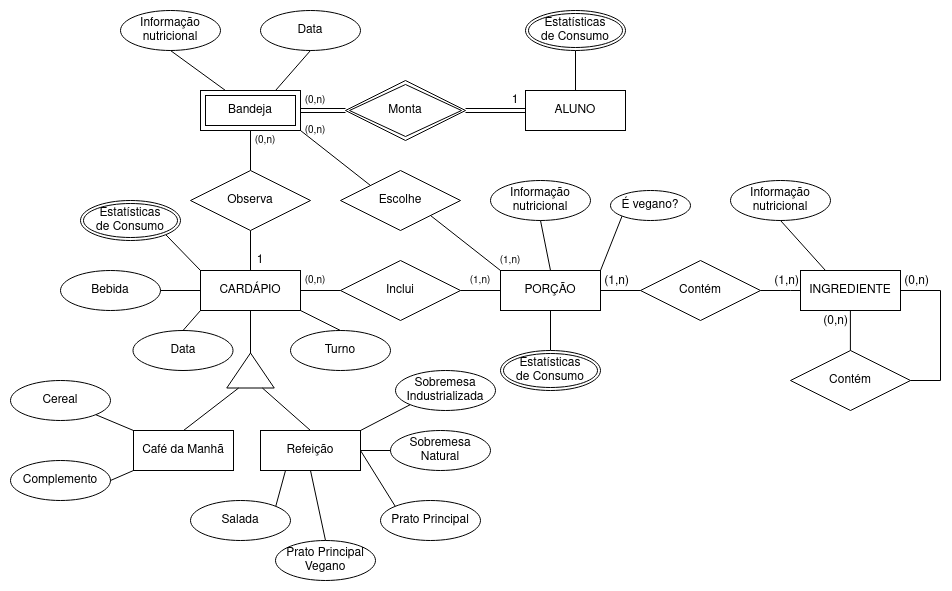
uniaovasko/vasco keeps this draw.io diagram as lab02/images/ER_Restaurante.png. Above is the earlier version. Source tidied: cells renumbered, new cells last; positions are measured from the earlier drawing's top-left corner, leaving out a move shared by most shapes.
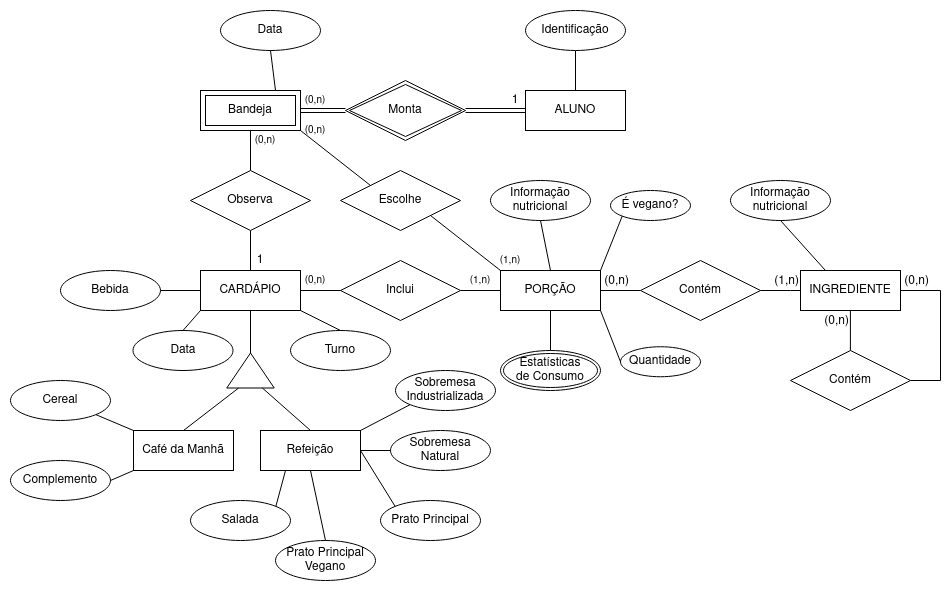
Later version of the same file.

Change to the diagram source:
```diff
@@ -32,7 +32,7 @@
     <mxCell id="9" style="endArrow=none;html=1;rounded=0;exitX=0;exitY=0.5;exitDx=0;exitDy=0;entryX=1;entryY=0.5;entryDx=0;entryDy=0;" parent="1" edge="1" source="6" target="4">
       <mxGeometry relative="1" as="geometry" />
     </mxCell>
-    <mxCell id="10" value="(1,n)" style="html=1;whiteSpace=wrap;align=right;verticalAlign=bottom;" parent="9" vertex="1">
+    <mxCell id="10" value="(0,n)" style="html=1;whiteSpace=wrap;align=right;verticalAlign=bottom;" parent="9" vertex="1">
       <mxGeometry x="1" relative="1" as="geometry">
         <mxPoint x="30" as="offset" />
       </mxGeometry>
@@ -95,9 +95,6 @@
     <mxCell id="24" style="endArrow=none;html=1;rounded=0;exitX=0.5;exitY=0;exitDx=0;exitDy=0;entryX=1;entryY=1;entryDx=0;entryDy=0;" parent="1" edge="1" source="22" target="2">
       <mxGeometry relative="1" as="geometry" />
     </mxCell>
-    <mxCell id="25" style="endArrow=none;html=1;rounded=0;entryX=1;entryY=1;entryDx=0;entryDy=0;exitX=0;exitY=0;exitDx=0;exitDy=0;" parent="1" edge="1" source="2" target="53">
-      <mxGeometry relative="1" as="geometry" />
-    </mxCell>
     <mxCell id="26" value="Informação nutricional" style="ellipse;whiteSpace=wrap;html=1;align=center;" parent="1" vertex="1">
       <mxGeometry x="480" y="170" width="100" height="40" as="geometry" />
     </mxCell>
@@ -120,20 +117,14 @@
         <mxPoint x="490" y="260" as="targetPoint" />
       </mxGeometry>
     </mxCell>
-    <mxCell id="32" style="endArrow=none;html=1;rounded=0;exitX=0.5;exitY=0;exitDx=0;exitDy=0;entryX=0.5;entryY=1;entryDx=0;entryDy=0;" parent="1" edge="1" source="3" target="55">
-      <mxGeometry relative="1" as="geometry" />
+    <mxCell id="32" style="endArrow=none;html=1;rounded=0;exitX=0.5;exitY=0;exitDx=0;exitDy=0;entryX=0.5;entryY=1;entryDx=0;entryDy=0;" parent="1" edge="1" source="3">
+      <mxGeometry relative="1" as="geometry">
+        <mxPoint x="565" y="40" as="targetPoint" />
+      </mxGeometry>
     </mxCell>
-    <mxCell id="33" value="Informação nutricional" style="ellipse;whiteSpace=wrap;html=1;align=center;" parent="1" vertex="1">
-      <mxGeometry x="110" width="100" height="40" as="geometry" />
-    </mxCell>
     <mxCell id="34" value="Data" style="ellipse;whiteSpace=wrap;html=1;align=center;" parent="1" vertex="1">
-      <mxGeometry x="250" width="100" height="40" as="geometry" />
+      <mxGeometry x="210" width="100" height="40" as="geometry" />
     </mxCell>
-    <mxCell id="35" style="endArrow=none;html=1;rounded=0;exitX=0.5;exitY=1;exitDx=0;exitDy=0;entryX=0.25;entryY=0;entryDx=0;entryDy=0;" parent="1" edge="1" source="33">
-      <mxGeometry relative="1" as="geometry">
-        <mxPoint x="215" y="80" as="targetPoint" />
-      </mxGeometry>
-    </mxCell>
     <mxCell id="36" style="endArrow=none;html=1;rounded=0;exitX=0.75;exitY=0;exitDx=0;exitDy=0;entryX=0.5;entryY=1;entryDx=0;entryDy=0;" parent="1" edge="1" target="34">
       <mxGeometry relative="1" as="geometry">
         <mxPoint x="265" y="80" as="sourcePoint" />
@@ -187,15 +178,9 @@
     <mxCell id="52" style="endArrow=none;html=1;rounded=0;entryX=0.5;entryY=1;entryDx=0;entryDy=0;exitX=1;exitY=0.5;exitDx=0;exitDy=0;" parent="1" edge="1" source="47" target="2">
       <mxGeometry relative="1" as="geometry" />
     </mxCell>
-    <mxCell id="53" value="&lt;div&gt;Estatísticas&lt;/div&gt;&lt;div&gt;de Consumo&lt;br&gt;&lt;/div&gt;" style="ellipse;shape=doubleEllipse;margin=3;whiteSpace=wrap;html=1;align=center;" parent="1" vertex="1">
-      <mxGeometry x="70" y="190" width="100" height="40" as="geometry" />
-    </mxCell>
     <mxCell id="54" value="&lt;div&gt;Estatísticas&lt;/div&gt;&lt;div&gt;de Consumo&lt;br&gt;&lt;/div&gt;" style="ellipse;shape=doubleEllipse;margin=3;whiteSpace=wrap;html=1;align=center;" parent="1" vertex="1">
       <mxGeometry x="490" y="340" width="100" height="40" as="geometry" />
     </mxCell>
-    <mxCell id="55" value="&lt;div&gt;Estatísticas&lt;/div&gt;&lt;div&gt;de Consumo&lt;br&gt;&lt;/div&gt;" style="ellipse;shape=doubleEllipse;margin=3;whiteSpace=wrap;html=1;align=center;" parent="1" vertex="1">
-      <mxGeometry x="515" width="100" height="40" as="geometry" />
-    </mxCell>
     <mxCell id="56" value="É vegano?" style="ellipse;whiteSpace=wrap;html=1;align=center;" parent="1" vertex="1">
       <mxGeometry x="600" y="180" width="80" height="30" as="geometry" />
     </mxCell>
@@ -265,5 +250,16 @@
     <mxCell id="78" style="endArrow=none;html=1;rounded=0;exitX=0.5;exitY=1;exitDx=0;exitDy=0;entryX=0.25;entryY=0;entryDx=0;entryDy=0;" parent="1" edge="1" source="77" target="5">
       <mxGeometry relative="1" as="geometry" />
     </mxCell>
+    <mxCell id="79" value="Quantidade" style="ellipse;whiteSpace=wrap;html=1;align=center;" parent="1" vertex="1">
+      <mxGeometry x="610" y="336.2" width="80" height="30" as="geometry" />
+    </mxCell>
+    <mxCell id="80" style="endArrow=none;html=1;rounded=0;exitX=1.036;exitY=0.99;exitDx=0;exitDy=0;entryX=0;entryY=0.5;entryDx=0;entryDy=0;exitPerimeter=0;" parent="1" edge="1" target="79">
+      <mxGeometry relative="1" as="geometry">
+        <mxPoint x="590" y="300" as="sourcePoint" />
+      </mxGeometry>
+    </mxCell>
+    <mxCell id="81" value="Identificação" style="ellipse;whiteSpace=wrap;html=1;align=center;" parent="1" vertex="1">
+      <mxGeometry x="515" width="100" height="40" as="geometry" />
+    </mxCell>
   </root>
 </mxGraphModel>
```
